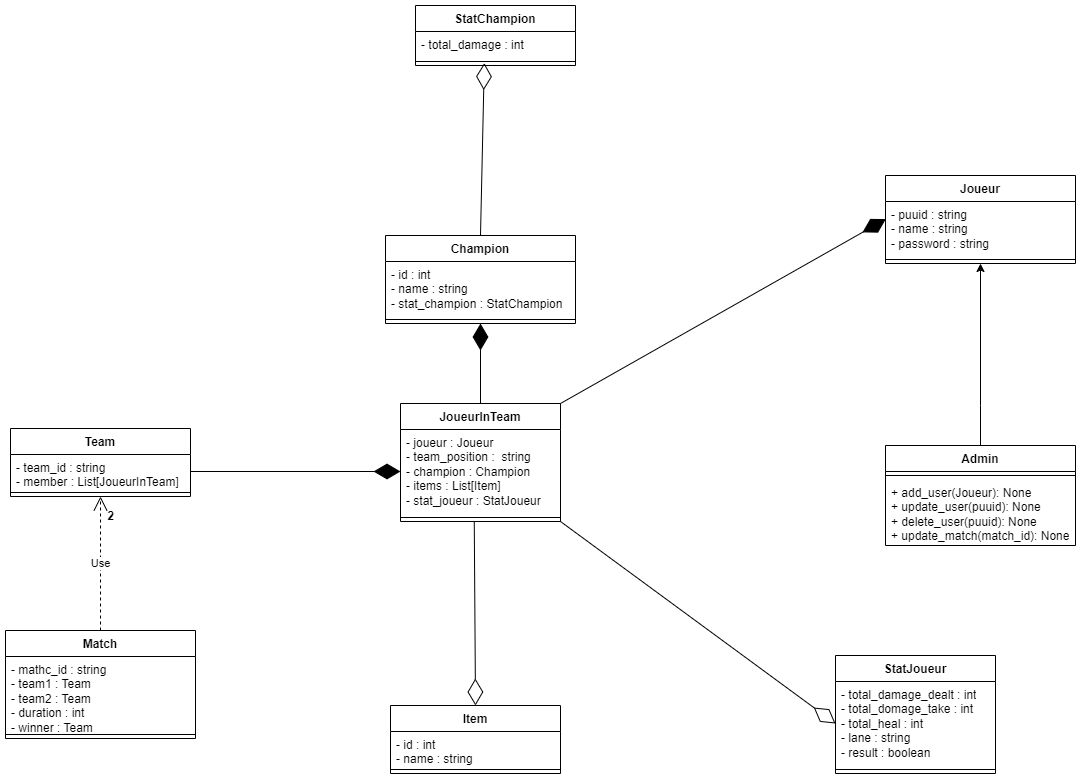
This is doc/Diag Classe League of legends.png from Niyo-D-JC/Outil-Analyse-LOL, a draw.io export, as it was before one commit. Source tidied: cells renumbered, new cells last; positions are measured from the earlier drawing's top-left corner, leaving out a move shared by most shapes.
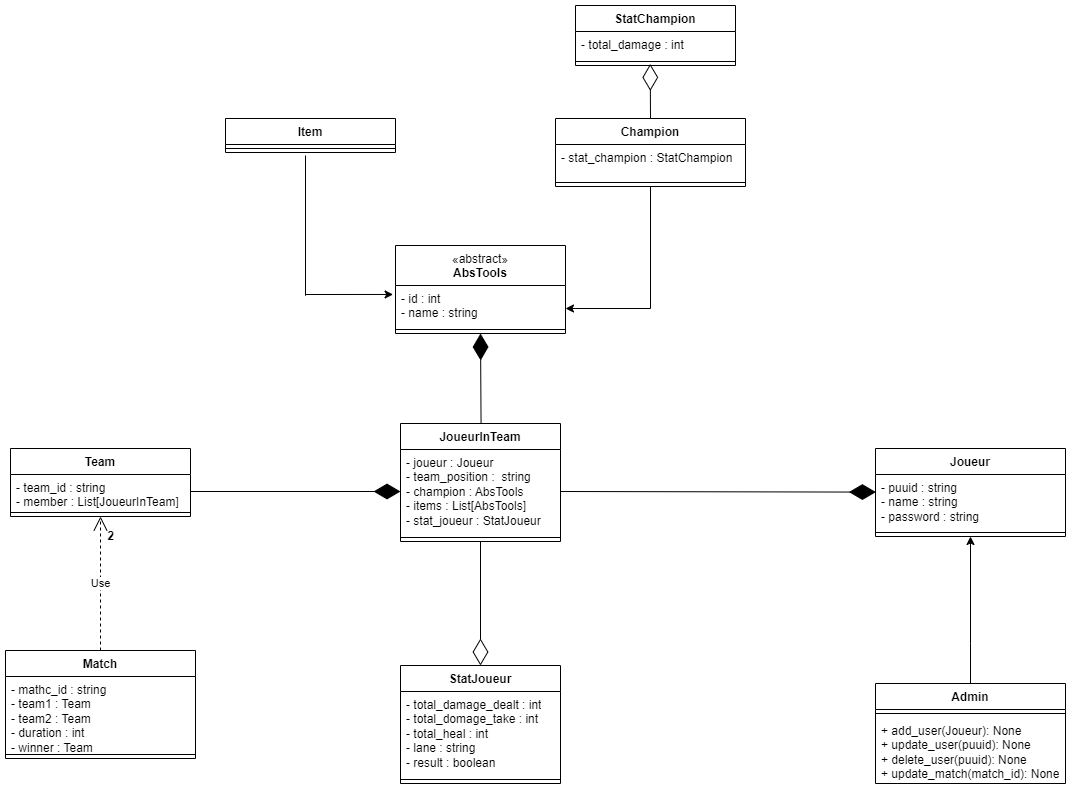
After the commit.

What changed in the source:
```diff
@@ -3,7 +3,7 @@
     <mxCell id="0" />
     <mxCell id="1" parent="0" />
     <mxCell id="2" value="StatChampion" style="swimlane;fontStyle=1;align=center;verticalAlign=top;horizontal=1;startSize=26;whiteSpace=wrap;html=1;" parent="1" vertex="1">
-      <mxGeometry x="410" width="160" height="60" as="geometry" />
+      <mxGeometry x="570" y="-20" width="160" height="60" as="geometry" />
     </mxCell>
     <mxCell id="3" value="- total_damage : int" style="text;strokeColor=none;fillColor=none;align=left;verticalAlign=top;spacingLeft=4;spacingRight=4;overflow=hidden;whiteSpace=wrap;html=1;" parent="2" vertex="1">
       <mxGeometry y="26" width="160" height="26" as="geometry" />
@@ -12,7 +12,7 @@
       <mxGeometry y="52" width="160" height="8" as="geometry" />
     </mxCell>
     <mxCell id="5" value="StatJoueur" style="swimlane;fontStyle=1;align=center;verticalAlign=top;horizontal=1;startSize=26;whiteSpace=wrap;html=1;" parent="1" vertex="1">
-      <mxGeometry x="830" y="650" width="160" height="118" as="geometry" />
+      <mxGeometry x="395" y="640" width="160" height="118" as="geometry" />
     </mxCell>
     <mxCell id="6" value="- total_damage_dealt : int&lt;br&gt;- total_domage_take : int&lt;br&gt;- total_heal : int&lt;br&gt;- lane : string&lt;br&gt;- result : boolean" style="text;strokeColor=none;fillColor=none;align=left;verticalAlign=top;spacingLeft=4;spacingRight=4;overflow=hidden;points=[[0,0.5],[1,0.5]];portConstraint=eastwest;whiteSpace=wrap;html=1;" parent="5" vertex="1">
       <mxGeometry y="26" width="160" height="84" as="geometry" />
@@ -21,7 +21,7 @@
       <mxGeometry y="110" width="160" height="8" as="geometry" />
     </mxCell>
     <mxCell id="8" value="Joueur" style="swimlane;fontStyle=1;align=center;verticalAlign=top;horizontal=1;startSize=26;whiteSpace=wrap;html=1;" parent="1" vertex="1">
-      <mxGeometry x="880" y="170" width="190" height="88" as="geometry" />
+      <mxGeometry x="870" y="423" width="190" height="88" as="geometry" />
     </mxCell>
     <mxCell id="9" value="- puuid : string&lt;br&gt;- name : string&lt;span style=&quot;white-space: pre;&quot;&gt;&#9;&lt;/span&gt;&lt;br&gt;- password : string" style="text;strokeColor=none;fillColor=none;align=left;verticalAlign=top;spacingLeft=4;spacingRight=4;overflow=hidden;points=[[0,0.5],[1,0.5]];portConstraint=eastwest;whiteSpace=wrap;html=1;" parent="8" vertex="1">
       <mxGeometry y="26" width="190" height="54" as="geometry" />
@@ -32,13 +32,13 @@
     <mxCell id="11" style="edgeStyle=orthogonalEdgeStyle;rounded=0;jettySize=auto;html=1;entryX=0.5;entryY=1;entryDx=0;entryDy=0;" parent="1" edge="1" source="12" target="8">
       <mxGeometry relative="1" as="geometry">
         <Array as="points">
-          <mxPoint x="975" y="400" />
-          <mxPoint x="975" y="400" />
+          <mxPoint x="965" y="618" />
+          <mxPoint x="965" y="618" />
         </Array>
       </mxGeometry>
     </mxCell>
     <mxCell id="12" value="Admin" style="swimlane;fontStyle=1;align=center;verticalAlign=top;horizontal=1;startSize=26;whiteSpace=wrap;html=1;" parent="1" vertex="1">
-      <mxGeometry x="880" y="440" width="190" height="100" as="geometry" />
+      <mxGeometry x="870" y="658" width="190" height="100" as="geometry" />
     </mxCell>
     <mxCell id="13" style="line;strokeWidth=1;fillColor=none;align=left;verticalAlign=middle;spacingTop=-1;spacingLeft=3;spacingRight=3;labelPosition=right;strokeColor=inherit;" parent="12" vertex="1">
       <mxGeometry y="26" width="190" height="8" as="geometry" />
@@ -49,7 +49,7 @@
     <mxCell id="15" value="JoueurInTeam" style="swimlane;fontStyle=1;align=center;verticalAlign=top;horizontal=1;startSize=26;whiteSpace=wrap;html=1;" parent="1" vertex="1">
       <mxGeometry x="395" y="398" width="160" height="118" as="geometry" />
     </mxCell>
-    <mxCell id="16" value="- joueur : Joueur&lt;br&gt;- team_position :&amp;nbsp; string&lt;br&gt;- champion : Champion&lt;br&gt;- items : List[Item]&lt;br&gt;- stat_joueur : StatJoueur" style="text;strokeColor=none;fillColor=none;align=left;verticalAlign=top;spacingLeft=4;spacingRight=4;overflow=hidden;points=[[0,0.5],[1,0.5]];portConstraint=eastwest;whiteSpace=wrap;html=1;" parent="15" vertex="1">
+    <mxCell id="16" value="- joueur : Joueur&lt;br&gt;- team_position :&amp;nbsp; string&lt;br&gt;- champion : AbsTools&lt;br&gt;- items : List[AbsTools]&lt;br&gt;- stat_joueur : StatJoueur" style="text;strokeColor=none;fillColor=none;align=left;verticalAlign=top;spacingLeft=4;spacingRight=4;overflow=hidden;points=[[0,0.5],[1,0.5]];portConstraint=eastwest;whiteSpace=wrap;html=1;" parent="15" vertex="1">
       <mxGeometry y="26" width="160" height="84" as="geometry" />
     </mxCell>
     <mxCell id="17" style="line;strokeWidth=1;fillColor=none;align=left;verticalAlign=middle;spacingTop=-1;spacingLeft=3;spacingRight=3;labelPosition=right;points=[];portConstraint=eastwest;strokeColor=inherit;" parent="15" vertex="1">
@@ -73,28 +73,19 @@
     <mxCell id="23" style="line;strokeWidth=1;fillColor=none;align=left;verticalAlign=middle;spacingTop=-1;spacingLeft=3;spacingRight=3;labelPosition=right;strokeColor=inherit;" parent="21" vertex="1">
       <mxGeometry y="100" width="190" height="8" as="geometry" />
     </mxCell>
-    <mxCell id="24" value="Item" style="swimlane;fontStyle=1;align=center;verticalAlign=top;horizontal=1;startSize=26;whiteSpace=wrap;html=1;" parent="1" vertex="1">
-      <mxGeometry x="385" y="700" width="170" height="68" as="geometry" />
-    </mxCell>
-    <mxCell id="25" value="- id : int&lt;br&gt;- name : string" style="text;strokeColor=none;fillColor=none;align=left;verticalAlign=top;spacingLeft=4;spacingRight=4;overflow=hidden;points=[[0,0.5],[1,0.5]];portConstraint=eastwest;whiteSpace=wrap;html=1;" parent="24" vertex="1">
-      <mxGeometry y="26" width="170" height="34" as="geometry" />
-    </mxCell>
-    <mxCell id="26" style="line;strokeWidth=1;fillColor=none;align=left;verticalAlign=middle;spacingTop=-1;spacingLeft=3;spacingRight=3;labelPosition=right;strokeColor=inherit;" parent="24" vertex="1">
-      <mxGeometry y="60" width="170" height="8" as="geometry" />
-    </mxCell>
     <mxCell id="27" value="Champion" style="swimlane;fontStyle=1;align=center;verticalAlign=top;horizontal=1;startSize=26;whiteSpace=wrap;html=1;" parent="1" vertex="1">
-      <mxGeometry x="380" y="230" width="190" height="88" as="geometry" />
+      <mxGeometry x="550" y="93" width="190" height="68" as="geometry" />
     </mxCell>
-    <mxCell id="28" value="- id : int&lt;br&gt;- name : string&lt;br&gt;- stat_champion : StatChampion" style="text;strokeColor=none;fillColor=none;align=left;verticalAlign=top;spacingLeft=4;spacingRight=4;overflow=hidden;whiteSpace=wrap;html=1;" parent="27" vertex="1">
-      <mxGeometry y="26" width="190" height="54" as="geometry" />
+    <mxCell id="28" value="- stat_champion : StatChampion" style="text;strokeColor=none;fillColor=none;align=left;verticalAlign=top;spacingLeft=4;spacingRight=4;overflow=hidden;whiteSpace=wrap;html=1;" parent="27" vertex="1">
+      <mxGeometry y="26" width="190" height="34" as="geometry" />
     </mxCell>
     <mxCell id="29" style="line;strokeWidth=1;fillColor=none;align=left;verticalAlign=middle;spacingTop=-1;spacingLeft=3;spacingRight=3;labelPosition=right;strokeColor=inherit;" parent="27" vertex="1">
-      <mxGeometry y="80" width="190" height="8" as="geometry" />
+      <mxGeometry y="60" width="190" height="8" as="geometry" />
     </mxCell>
     <mxCell id="30" value="Use" style="endArrow=open;endSize=12;dashed=1;html=1;rounded=0;exitX=0.5;exitY=0;exitDx=0;exitDy=0;entryX=0.5;entryY=1;entryDx=0;entryDy=0;" parent="1" edge="1" source="21" target="18">
       <mxGeometry relative="1" as="geometry" />
     </mxCell>
-    <mxCell id="31" style="endArrow=diamondThin;endFill=1;endSize=24;html=1;rounded=0;entryX=0.002;entryY=0.326;entryDx=0;entryDy=0;entryPerimeter=0;exitX=1;exitY=0;exitDx=0;exitDy=0;" parent="1" edge="1" source="15" target="9">
+    <mxCell id="31" style="endArrow=diamondThin;endFill=1;endSize=24;html=1;rounded=0;entryX=0.002;entryY=0.326;entryDx=0;entryDy=0;entryPerimeter=0;exitX=1;exitY=0.5;exitDx=0;exitDy=0;" parent="1" edge="1" source="16" target="9">
       <mxGeometry relative="1" as="geometry" />
     </mxCell>
     <mxCell id="32" style="endArrow=diamondThin;endFill=1;endSize=24;html=1;rounded=0;exitX=1;exitY=0.5;exitDx=0;exitDy=0;" parent="1" edge="1" source="19" target="16">
@@ -103,17 +94,48 @@
     <mxCell id="33" value="2" style="text;align=center;fontStyle=1;verticalAlign=middle;spacingLeft=3;spacingRight=3;strokeColor=none;html=1;" parent="1" vertex="1">
       <mxGeometry x="65" y="498" width="80" height="26" as="geometry" />
     </mxCell>
-    <mxCell id="34" style="endArrow=diamondThin;endFill=1;endSize=24;html=1;rounded=0;exitX=0.5;exitY=0;exitDx=0;exitDy=0;entryX=0.5;entryY=1;entryDx=0;entryDy=0;" parent="1" edge="1" source="15" target="27">
-      <mxGeometry relative="1" as="geometry" />
+    <mxCell id="34" style="endArrow=diamondThin;endFill=1;endSize=24;html=1;rounded=0;exitX=0.5;exitY=0;exitDx=0;exitDy=0;entryX=0.5;entryY=1;entryDx=0;entryDy=0;" parent="1" edge="1">
+      <mxGeometry relative="1" as="geometry">
+        <mxPoint x="475.6" y="398" as="sourcePoint" />
+        <mxPoint x="475" y="308" as="targetPoint" />
+      </mxGeometry>
     </mxCell>
-    <mxCell id="35" style="endArrow=diamondThin;endFill=0;endSize=24;html=1;rounded=0;entryX=0.5;entryY=0;entryDx=0;entryDy=0;exitX=0.461;exitY=0.95;exitDx=0;exitDy=0;exitPerimeter=0;" parent="1" edge="1" source="17" target="24">
-      <mxGeometry relative="1" as="geometry" />
-    </mxCell>
-    <mxCell id="36" style="endArrow=diamondThin;endFill=0;endSize=24;html=1;exitX=0.5;exitY=0;exitDx=0;exitDy=0;rounded=0;entryX=0.43;entryY=0.7;entryDx=0;entryDy=0;entryPerimeter=0;" parent="1" edge="1" source="27" target="4">
+    <mxCell id="36" style="endArrow=diamondThin;endFill=0;endSize=24;html=1;exitX=0.5;exitY=0;exitDx=0;exitDy=0;rounded=0;entryX=0.467;entryY=0.8;entryDx=0;entryDy=0;entryPerimeter=0;" parent="1" edge="1" source="27" target="4">
       <mxGeometry relative="1" as="geometry" />
     </mxCell>
-    <mxCell id="37" style="endArrow=diamondThin;endFill=0;endSize=24;html=1;rounded=0;entryX=0;entryY=0.5;entryDx=0;entryDy=0;exitX=1;exitY=1;exitDx=0;exitDy=0;" parent="1" edge="1" source="15" target="6">
+    <mxCell id="37" style="endArrow=diamondThin;endFill=0;endSize=24;html=1;rounded=0;entryX=0.5;entryY=0;entryDx=0;entryDy=0;exitX=0.5;exitY=1;exitDx=0;exitDy=0;" parent="1" edge="1" source="15" target="5">
       <mxGeometry relative="1" as="geometry" />
     </mxCell>
+    <mxCell id="24" value="Item" style="swimlane;fontStyle=1;align=center;verticalAlign=top;horizontal=1;startSize=26;whiteSpace=wrap;html=1;" parent="1" vertex="1">
+      <mxGeometry x="220" y="93" width="170" height="34" as="geometry" />
+    </mxCell>
+    <mxCell id="38" style="line;strokeWidth=1;fillColor=none;align=left;verticalAlign=middle;spacingTop=-1;spacingLeft=3;spacingRight=3;labelPosition=right;strokeColor=inherit;" parent="24" vertex="1">
+      <mxGeometry y="26" width="170" height="8" as="geometry" />
+    </mxCell>
+    <mxCell id="39" value="&lt;span style=&quot;font-weight: normal;&quot;&gt;«abstract»&lt;br style=&quot;border-color: var(--border-color);&quot;&gt;&lt;/span&gt;AbsTools" style="swimlane;fontStyle=1;align=center;verticalAlign=top;horizontal=1;startSize=40;whiteSpace=wrap;html=1;" parent="1" vertex="1">
+      <mxGeometry x="390" y="220" width="170" height="88" as="geometry" />
+    </mxCell>
+    <mxCell id="25" value="- id : int&lt;br&gt;- name : string" style="text;strokeColor=none;fillColor=none;align=left;verticalAlign=top;spacingLeft=4;spacingRight=4;overflow=hidden;points=[[0,0.5],[1,0.5]];portConstraint=eastwest;whiteSpace=wrap;html=1;" parent="39" vertex="1">
+      <mxGeometry y="40" width="170" height="40" as="geometry" />
+    </mxCell>
+    <mxCell id="40" style="line;strokeWidth=1;fillColor=none;align=left;verticalAlign=middle;spacingTop=-1;spacingLeft=3;spacingRight=3;labelPosition=right;strokeColor=inherit;" parent="39" vertex="1">
+      <mxGeometry y="80" width="170" height="8" as="geometry" />
+    </mxCell>
+    <mxCell id="41" style="edgeStyle=orthogonalEdgeStyle;rounded=0;jettySize=auto;html=1;entryX=-0.014;entryY=0.224;entryDx=0;entryDy=0;entryPerimeter=0;" parent="1" edge="1" target="25">
+      <mxGeometry relative="1" as="geometry">
+        <mxPoint x="300" y="130" as="sourcePoint" />
+        <Array as="points">
+          <mxPoint x="300" y="270" />
+          <mxPoint x="300" y="274" />
+        </Array>
+      </mxGeometry>
+    </mxCell>
+    <mxCell id="42" style="edgeStyle=orthogonalEdgeStyle;rounded=0;jettySize=auto;html=1;exitX=0.5;exitY=1;exitDx=0;exitDy=0;" parent="1" edge="1" source="27" target="25">
+      <mxGeometry relative="1" as="geometry">
+        <Array as="points">
+          <mxPoint x="645" y="283" />
+        </Array>
+      </mxGeometry>
+    </mxCell>
   </root>
 </mxGraphModel>
```
